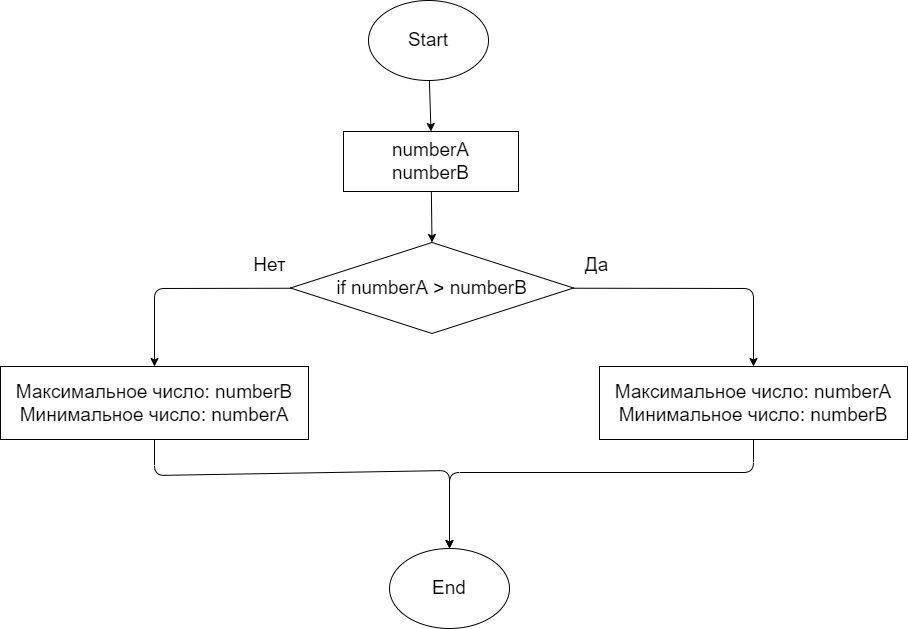
The draw.io diagram HW001/diagram.drawio.png in toxa41/HomeC-, before a commit. Source tidied: cells renumbered, new cells last; positions are measured from the earlier drawing's top-left corner, leaving out a move shared by most shapes.
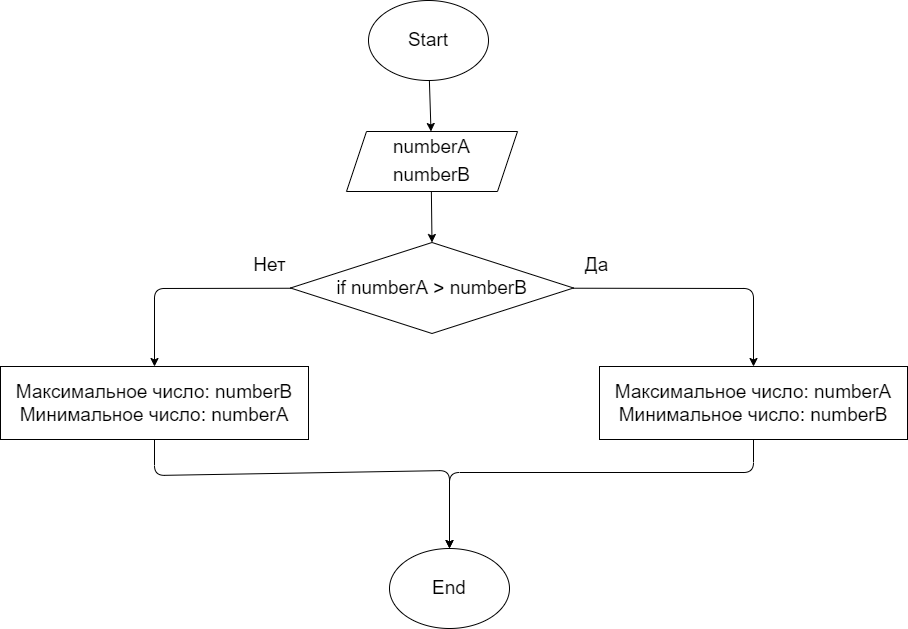
After the commit.

Commit message:
All diagram done

Change to the diagram source:
```diff
@@ -2,18 +2,19 @@
   <root>
     <mxCell id="0" />
     <mxCell id="1" parent="0" />
-    <mxCell id="2" style="edgeStyle=none;html=1;entryX=0.5;entryY=0;entryDx=0;entryDy=0;fontSize=19;" parent="1" edge="1" source="3" target="5">
-      <mxGeometry relative="1" as="geometry" />
+    <mxCell id="2" style="edgeStyle=none;html=1;entryX=0.5;entryY=0;entryDx=0;entryDy=0;fontSize=19;" parent="1" edge="1" source="3">
+      <mxGeometry relative="1" as="geometry">
+        <mxPoint x="430.5" y="131" as="targetPoint" />
+      </mxGeometry>
     </mxCell>
     <mxCell id="3" value="&lt;font style=&quot;font-size: 19px&quot;&gt;Start&lt;/font&gt;" style="ellipse;whiteSpace=wrap;html=1;" parent="1" vertex="1">
       <mxGeometry x="368" width="120" height="80" as="geometry" />
     </mxCell>
-    <mxCell id="4" style="edgeStyle=none;html=1;entryX=0.5;entryY=0;entryDx=0;entryDy=0;fontSize=19;" parent="1" edge="1" source="5" target="8">
-      <mxGeometry relative="1" as="geometry" />
+    <mxCell id="4" style="edgeStyle=none;html=1;entryX=0.5;entryY=0;entryDx=0;entryDy=0;fontSize=19;" parent="1" edge="1" target="8">
+      <mxGeometry relative="1" as="geometry">
+        <mxPoint x="430.9" y="191" as="sourcePoint" />
+      </mxGeometry>
     </mxCell>
-    <mxCell id="5" value="numberA&lt;br&gt;numberB" style="rounded=0;whiteSpace=wrap;html=1;fontSize=19;" parent="1" vertex="1">
-      <mxGeometry x="343" y="131" width="175" height="60" as="geometry" />
-    </mxCell>
     <mxCell id="6" style="edgeStyle=none;html=1;fontSize=19;entryX=0.5;entryY=0;entryDx=0;entryDy=0;" parent="1" edge="1" source="8" target="12">
       <mxGeometry relative="1" as="geometry">
         <Array as="points">
@@ -62,5 +63,8 @@
     <mxCell id="15" value="&lt;font style=&quot;font-size: 19px&quot;&gt;End&lt;/font&gt;" style="ellipse;whiteSpace=wrap;html=1;" parent="1" vertex="1">
       <mxGeometry x="389" y="548" width="120" height="80" as="geometry" />
     </mxCell>
+    <mxCell id="5" value="&lt;span style=&quot;font-size: 19px&quot;&gt;numberA&lt;/span&gt;&lt;br style=&quot;font-size: 19px&quot;&gt;&lt;span style=&quot;font-size: 19px&quot;&gt;numberB&lt;/span&gt;" style="shape=parallelogram;perimeter=parallelogramPerimeter;whiteSpace=wrap;html=1;fixedSize=1;" parent="1" vertex="1">
+      <mxGeometry x="346" y="131" width="171" height="60" as="geometry" />
+    </mxCell>
   </root>
 </mxGraphModel>
```
